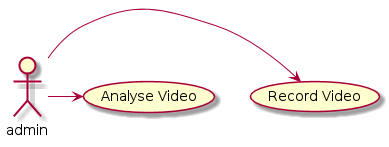
This is designDocs/report/img/auc.png from z80lives/affective-movie-evaluator, a PlantUML export, as it was before one commit.
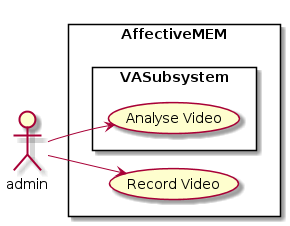
After the commit.

The edit, as a diff of the source:
```diff
@@ -1,5 +1,12 @@
 @startuml
+left to right direction
+
 actor admin
-admin -> (Record Video)
-admin -> (Analyse Video)
+rectangle AffectiveMEM{
+ admin -> (Record Video)
+
+ rectangle VASubsystem{
+  admin --> (Analyse Video)
+ }
+}
 @enduml
```
